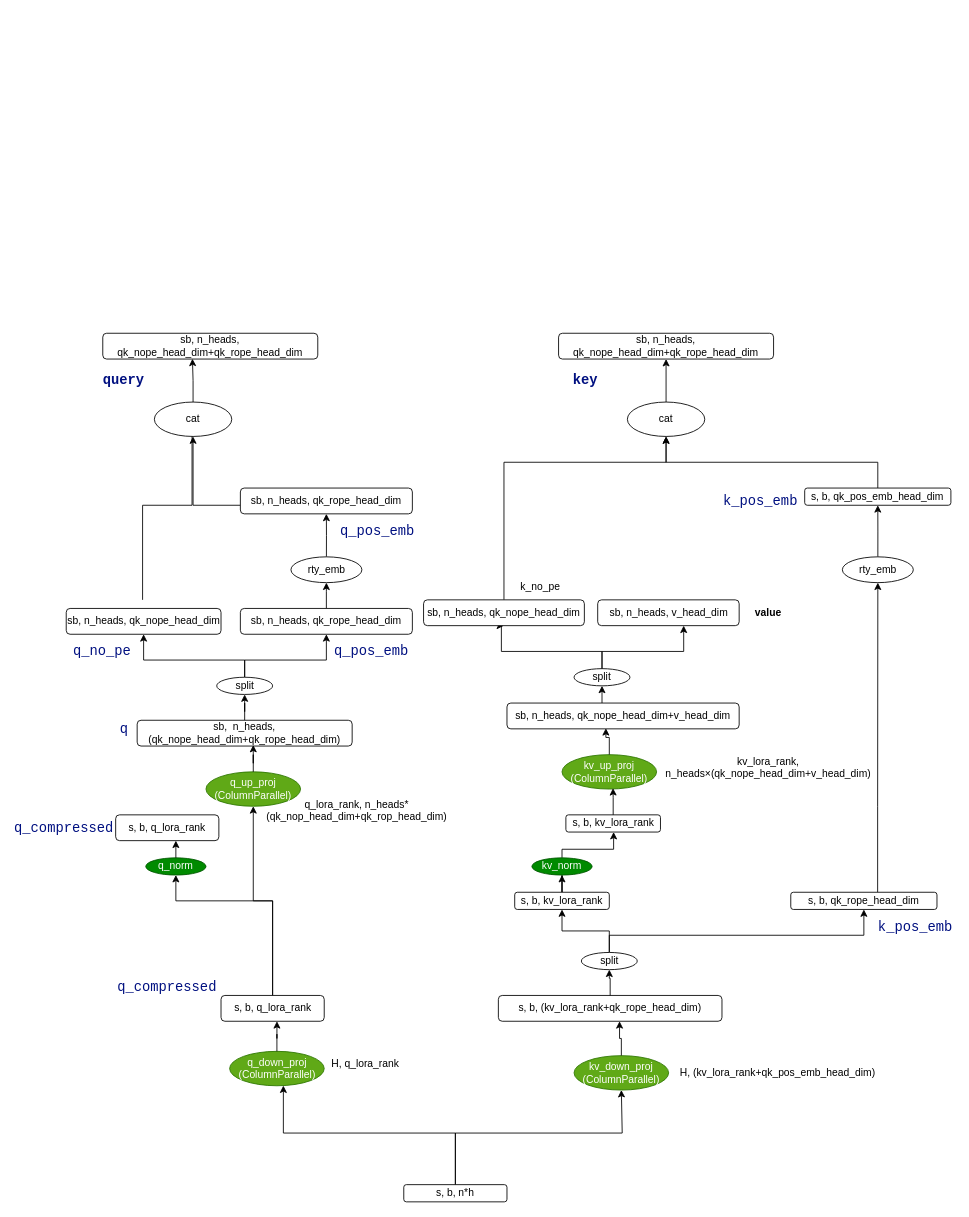
This is MLA.drawio from BillionsRichard/LearnDeepseek, a draw.io file, before an edit. Source tidied: cells renumbered, new cells numbered last; positions are measured from the earlier drawing's top-left corner, leaving out a move shared by most shapes. Both pictures are drawn from the tidied source at 86%, with x=0, y=0 at pixel (25, 333).
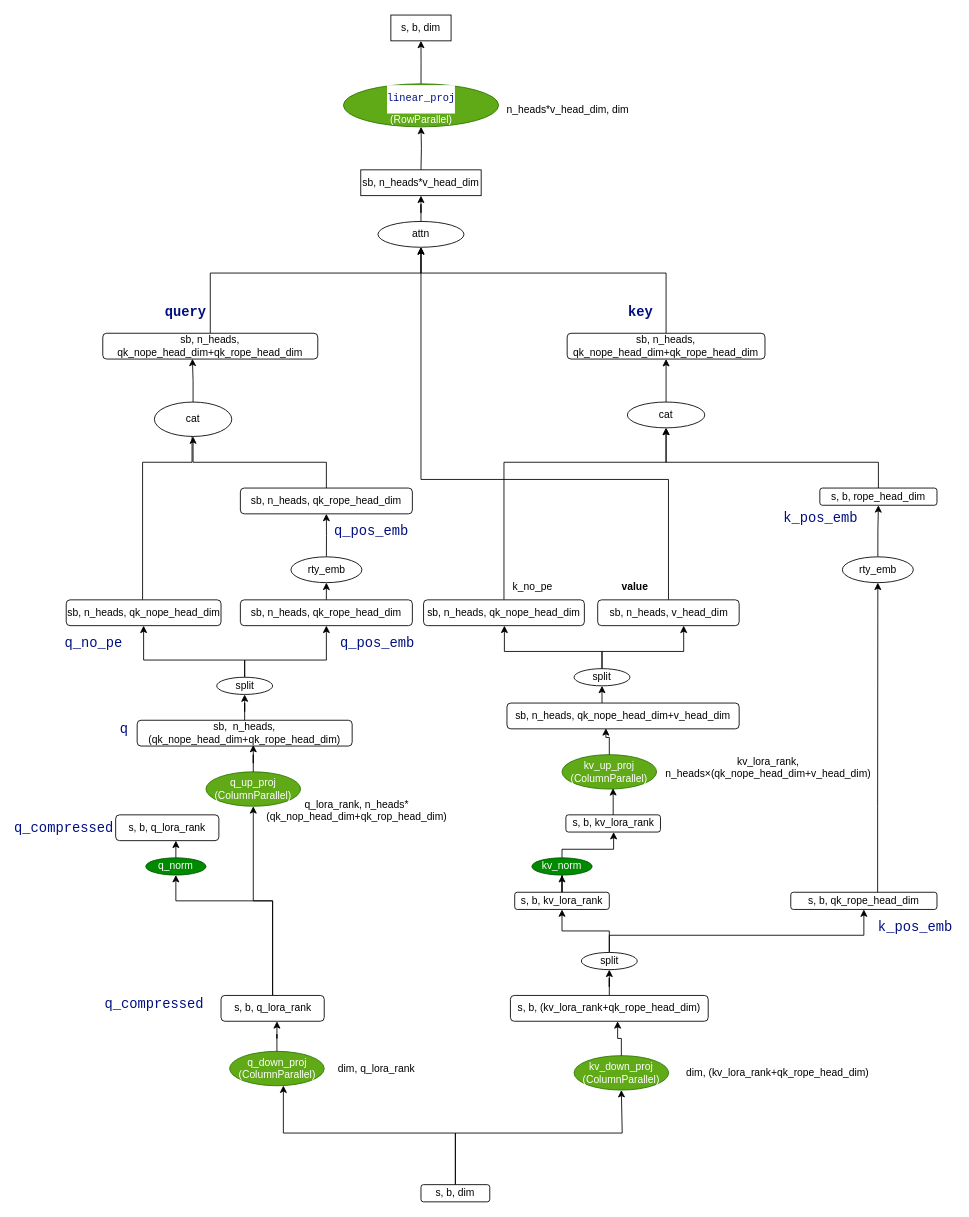
After the change.

Unchanged cells that the change refers to:
```xml
<mxCell id="53" value="split" style="ellipse;whiteSpace=wrap;html=1;" parent="1" vertex="1">
  <mxGeometry x="638" y="390" width="65" height="20" as="geometry" />
</mxCell>
<mxCell id="55" value="sb, n_heads, qk_nope_head_dim" style="rounded=1;whiteSpace=wrap;html=1;" parent="1" vertex="1">
  <mxGeometry x="463" y="310" width="187" height="30" as="geometry" />
</mxCell>
<mxCell id="56" value="sb, n_heads, v_head_dim" style="rounded=1;whiteSpace=wrap;html=1;" parent="1" vertex="1">
  <mxGeometry x="665.5" y="310" width="164.5" height="30" as="geometry" />
</mxCell>
<mxCell id="64" value="sb, n_heads, qk_rope_head_dim" style="rounded=1;whiteSpace=wrap;html=1;" parent="1" vertex="1">
  <mxGeometry x="250" y="180" width="200" height="30" as="geometry" />
</mxCell>
<mxCell id="71" value="cat" style="ellipse;whiteSpace=wrap;html=1;" parent="1" vertex="1">
  <mxGeometry x="150" y="80" width="90" height="40" as="geometry" />
</mxCell>
<mxCell id="72" value="sb, n_heads, qk_nope_head_dim+qk_rope_head_dim" style="rounded=1;whiteSpace=wrap;html=1;" parent="1" vertex="1">
  <mxGeometry x="90" width="250" height="30" as="geometry" />
</mxCell>
```

What changed in the source:
```diff
@@
-    <mxCell id="5" value="s, b, n*h" style="rounded=1;whiteSpace=wrap;html=1;" parent="1" vertex="1">
-      <mxGeometry x="440" y="990" width="120" height="20" as="geometry" />
+    <mxCell id="5" value="s, b, dim" style="rounded=1;whiteSpace=wrap;html=1;" parent="1" vertex="1">
+      <mxGeometry x="460" y="990" width="80" height="20" as="geometry" />
     </mxCell>
-    <mxCell id="6" value="H, q_lora_rank" style="text;html=1;align=center;verticalAlign=middle;whiteSpace=wrap;rounded=0;" parent="1" vertex="1">
-      <mxGeometry x="348" y="840" width="95" height="20" as="geometry" />
+    <mxCell id="6" value="dim, q_lora_rank" style="text;html=1;align=center;verticalAlign=middle;whiteSpace=wrap;rounded=0;" parent="1" vertex="1">
+      <mxGeometry x="360.5" y="845" width="95" height="20" as="geometry" />
     </mxCell>
@@
     <mxCell id="12" value="s, b, (kv_lora_rank+qk_rope_head_dim)" style="rounded=1;whiteSpace=wrap;html=1;" parent="1" vertex="1">
-      <mxGeometry x="550" y="770" width="260" height="30" as="geometry" />
+      <mxGeometry x="564" y="770" width="230" height="30" as="geometry" />
     </mxCell>
@@
-    <mxCell id="16" value="H,&amp;nbsp;(kv_lora_rank+qk_pos_emb_head_dim)" style="text;html=1;align=center;verticalAlign=middle;whiteSpace=wrap;rounded=0;" parent="1" vertex="1">
+    <mxCell id="16" value="dim,&amp;nbsp;(kv_lora_rank+qk_rope_head_dim)" style="text;html=1;align=center;verticalAlign=middle;whiteSpace=wrap;rounded=0;" parent="1" vertex="1">
       <mxGeometry x="760" y="850" width="230" height="20" as="geometry" />
     </mxCell>
@@
     <mxCell id="19" value="&lt;div style=&quot;background-color: rgb(255, 255, 255); font-family: Consolas, &amp;quot;Courier New&amp;quot;, monospace; font-size: 16px; line-height: 22px; white-space: pre;&quot;&gt;&lt;span style=&quot;color: #001080;&quot;&gt;q_compressed&lt;/span&gt;&lt;/div&gt;" style="text;html=1;align=center;verticalAlign=middle;whiteSpace=wrap;rounded=0;" parent="1" vertex="1">
-      <mxGeometry x="120" y="740" width="90" height="40" as="geometry" />
+      <mxGeometry x="105" y="760" width="90" height="40" as="geometry" />
     </mxCell>
@@
     <mxCell id="47" style="edgeStyle=orthogonalEdgeStyle;rounded=0;orthogonalLoop=1;jettySize=auto;html=1;" parent="1" edge="1">
       <mxGeometry relative="1" as="geometry">
         <mxPoint x="136.3" y="310" as="sourcePoint" />
         <mxPoint x="193.8" y="110" as="targetPoint" />
         <Array as="points">
-          <mxPoint x="136" y="200" />
-          <mxPoint x="194" y="200" />
+          <mxPoint x="136" y="150" />
+          <mxPoint x="194" y="150" />
         </Array>
       </mxGeometry>
     </mxCell>
     <mxCell id="48" value="sb, n_heads, qk_nope_head_dim" style="rounded=1;whiteSpace=wrap;html=1;" parent="1" vertex="1">
-      <mxGeometry x="47.5" y="320" width="180" height="30" as="geometry" />
+      <mxGeometry x="47.5" y="310" width="180" height="30" as="geometry" />
     </mxCell>
@@
     <mxCell id="50" value="sb, n_heads, qk_rope_head_dim" style="rounded=1;whiteSpace=wrap;html=1;" parent="1" vertex="1">
-      <mxGeometry x="250" y="320" width="200" height="30" as="geometry" />
+      <mxGeometry x="250" y="310" width="200" height="30" as="geometry" />
     </mxCell>
+    <mxCell id="52" style="edgeStyle=orthogonalEdgeStyle;rounded=0;jettySize=auto;html=1;" parent="1" edge="1" source="53" target="56">
+      <mxGeometry relative="1" as="geometry">
+        <Array as="points">
+          <mxPoint x="670.5" y="370" />
+          <mxPoint x="765.5" y="370" />
+        </Array>
+      </mxGeometry>
+    </mxCell>
-    <mxCell id="51" style="edgeStyle=orthogonalEdgeStyle;rounded=0;jettySize=auto;html=1;entryX=0.5;entryY=1;entryDx=0;entryDy=0;" parent="1" edge="1" source="53" target="55">
+    <mxCell id="51" style="edgeStyle=orthogonalEdgeStyle;rounded=0;jettySize=auto;html=1;" parent="1" edge="1" source="53" target="55">
       <mxGeometry relative="1" as="geometry">
         <Array as="points">
-          <mxPoint x="670.5" y="370" />
-          <mxPoint x="553.5" y="370" />
+          <mxPoint x="671" y="370" />
+          <mxPoint x="557" y="370" />
         </Array>
       </mxGeometry>
     </mxCell>
-    <mxCell id="52" style="edgeStyle=orthogonalEdgeStyle;rounded=0;jettySize=auto;html=1;" parent="1" edge="1" source="53" target="56">
-      <mxGeometry relative="1" as="geometry">
-        <Array as="points">
-          <mxPoint x="670.5" y="370" />
-          <mxPoint x="765.5" y="370" />
-        </Array>
-      </mxGeometry>
-    </mxCell>
@@
+    <mxCell id="79" style="edgeStyle=orthogonalEdgeStyle;rounded=0;jettySize=auto;html=1;entryX=0.5;entryY=1;entryDx=0;entryDy=0;" parent="1" edge="1" source="56" target="84">
+      <mxGeometry relative="1" as="geometry">
+        <Array as="points">
+          <mxPoint x="748" y="170" />
+          <mxPoint x="460" y="170" />
+        </Array>
+      </mxGeometry>
+    </mxCell>
@@
     <mxCell id="57" value="k_no_pe" style="text;html=1;align=center;verticalAlign=middle;whiteSpace=wrap;rounded=0;" parent="1" vertex="1">
-      <mxGeometry x="568.5" y="280" width="60" height="30" as="geometry" />
+      <mxGeometry x="560" y="280" width="60" height="30" as="geometry" />
     </mxCell>
     <mxCell id="58" value="value" style="text;html=1;align=center;verticalAlign=middle;whiteSpace=wrap;rounded=0;fontStyle=1;" parent="1" vertex="1">
-      <mxGeometry x="833.5" y="310" width="60" height="30" as="geometry" />
+      <mxGeometry x="679" y="280" width="60" height="30" as="geometry" />
     </mxCell>
     <mxCell id="59" value="&lt;div style=&quot;background-color: rgb(255, 255, 255); font-family: Consolas, &amp;quot;Courier New&amp;quot;, monospace; font-size: 16px; line-height: 22px; white-space: pre;&quot;&gt;&lt;span style=&quot;color: rgb(0, 16, 128);&quot;&gt;q_no_pe&lt;/span&gt;&lt;/div&gt;" style="text;html=1;align=center;verticalAlign=middle;whiteSpace=wrap;rounded=0;" parent="1" vertex="1">
-      <mxGeometry x="47.5" y="350" width="82.5" height="40" as="geometry" />
+      <mxGeometry x="37.5" y="340" width="82.5" height="40" as="geometry" />
     </mxCell>
     <mxCell id="60" value="&lt;div style=&quot;background-color: rgb(255, 255, 255); font-family: Consolas, &amp;quot;Courier New&amp;quot;, monospace; font-size: 16px; line-height: 22px; white-space: pre;&quot;&gt;&lt;span style=&quot;color: rgb(0, 16, 128);&quot;&gt;q_pos_emb&lt;/span&gt;&lt;/div&gt;" style="text;html=1;align=center;verticalAlign=middle;whiteSpace=wrap;rounded=0;" parent="1" vertex="1">
-      <mxGeometry x="360.5" y="350" width="82.5" height="40" as="geometry" />
+      <mxGeometry x="367.5" y="340" width="82.5" height="40" as="geometry" />
     </mxCell>
@@
     <mxCell id="63" style="edgeStyle=orthogonalEdgeStyle;rounded=0;jettySize=auto;html=1;entryX=0.5;entryY=1;entryDx=0;entryDy=0;" parent="1" edge="1" source="64" target="71">
       <mxGeometry relative="1" as="geometry">
         <Array as="points">
-          <mxPoint x="195" y="200" />
+          <mxPoint x="350" y="150" />
+          <mxPoint x="195" y="150" />
         </Array>
       </mxGeometry>
     </mxCell>
@@
     <mxCell id="65" value="&lt;div style=&quot;background-color: rgb(255, 255, 255); font-family: Consolas, &amp;quot;Courier New&amp;quot;, monospace; font-size: 16px; line-height: 22px; white-space: pre;&quot;&gt;&lt;span style=&quot;color: rgb(0, 16, 128);&quot;&gt;q_pos_emb&lt;/span&gt;&lt;/div&gt;" style="text;html=1;align=center;verticalAlign=middle;whiteSpace=wrap;rounded=0;" parent="1" vertex="1">
-      <mxGeometry x="367.5" y="210" width="82.5" height="40" as="geometry" />
+      <mxGeometry x="360.5" y="210" width="82.5" height="40" as="geometry" />
     </mxCell>
@@
-    <mxCell id="69" value="s, b, qk_pos_emb_head_dim" style="rounded=1;whiteSpace=wrap;html=1;" parent="1" vertex="1">
-      <mxGeometry x="906.2" y="180" width="170" height="20" as="geometry" />
+    <mxCell id="69" value="s, b, rope_head_dim" style="rounded=1;whiteSpace=wrap;html=1;" parent="1" vertex="1">
+      <mxGeometry x="923.8" y="180" width="136.2" height="20" as="geometry" />
     </mxCell>
     <mxCell id="70" value="&lt;div style=&quot;background-color: rgb(255, 255, 255); font-family: Consolas, &amp;quot;Courier New&amp;quot;, monospace; font-size: 16px; line-height: 22px; white-space: pre;&quot;&gt;&lt;div style=&quot;line-height: 22px;&quot;&gt;&lt;span style=&quot;color: #001080;&quot;&gt;k_pos_emb&lt;/span&gt;&lt;/div&gt;&lt;/div&gt;" style="text;html=1;align=center;verticalAlign=middle;whiteSpace=wrap;rounded=0;" parent="1" vertex="1">
-      <mxGeometry x="810" y="180" width="90" height="30" as="geometry" />
+      <mxGeometry x="880" y="200" width="90" height="30" as="geometry" />
     </mxCell>
@@
+    <mxCell id="80" style="edgeStyle=orthogonalEdgeStyle;rounded=0;jettySize=auto;html=1;" parent="1" edge="1" source="72" target="84">
+      <mxGeometry relative="1" as="geometry">
+        <Array as="points">
+          <mxPoint x="215" y="-70" />
+          <mxPoint x="460" y="-70" />
+        </Array>
+      </mxGeometry>
+    </mxCell>
@@
     <mxCell id="74" value="&lt;div style=&quot;background-color: rgb(255, 255, 255); font-family: Consolas, &amp;quot;Courier New&amp;quot;, monospace; font-size: 16px; line-height: 22px; white-space: pre;&quot;&gt;&lt;span style=&quot;color: rgb(0, 16, 128);&quot;&gt;&lt;b&gt;query&lt;/b&gt;&lt;/span&gt;&lt;/div&gt;" style="text;html=1;align=center;verticalAlign=middle;whiteSpace=wrap;rounded=0;" parent="1" vertex="1">
-      <mxGeometry x="77.5" y="40" width="72.5" height="30" as="geometry" />
+      <mxGeometry x="150" y="-40" width="72.5" height="30" as="geometry" />
     </mxCell>
@@
     <mxCell id="76" value="cat" style="ellipse;whiteSpace=wrap;html=1;" parent="1" vertex="1">
-      <mxGeometry x="700" y="80" width="90" height="40" as="geometry" />
+      <mxGeometry x="700" y="80" width="90" height="30" as="geometry" />
     </mxCell>
+    <mxCell id="81" style="edgeStyle=orthogonalEdgeStyle;rounded=0;jettySize=auto;html=1;entryX=0.5;entryY=1;entryDx=0;entryDy=0;" parent="1" edge="1" source="77" target="84">
+      <mxGeometry relative="1" as="geometry">
+        <Array as="points">
+          <mxPoint x="745" y="-70" />
+          <mxPoint x="460" y="-70" />
+        </Array>
+      </mxGeometry>
+    </mxCell>
     <mxCell id="77" value="sb, n_heads, qk_nope_head_dim+qk_rope_head_dim" style="rounded=1;whiteSpace=wrap;html=1;" parent="1" vertex="1">
-      <mxGeometry x="620" width="250" height="30" as="geometry" />
+      <mxGeometry x="630" width="230" height="30" as="geometry" />
     </mxCell>
     <mxCell id="78" value="&lt;div style=&quot;background-color: rgb(255, 255, 255); font-family: Consolas, &amp;quot;Courier New&amp;quot;, monospace; font-size: 16px; line-height: 22px; white-space: pre;&quot;&gt;&lt;span style=&quot;color: rgb(0, 16, 128);&quot;&gt;&lt;b&gt;key&lt;/b&gt;&lt;/span&gt;&lt;/div&gt;" style="text;html=1;align=center;verticalAlign=middle;whiteSpace=wrap;rounded=0;" parent="1" vertex="1">
-      <mxGeometry x="615" y="40" width="72.5" height="30" as="geometry" />
+      <mxGeometry x="679" y="-40" width="72.5" height="30" as="geometry" />
     </mxCell>
+    <mxCell id="82" style="edgeStyle=orthogonalEdgeStyle;rounded=0;jettySize=auto;html=1;entryX=0.5;entryY=1;entryDx=0;entryDy=0;" parent="1" edge="1" target="86">
+      <mxGeometry relative="1" as="geometry">
+        <mxPoint x="460" y="-190" as="sourcePoint" />
+      </mxGeometry>
+    </mxCell>
+    <mxCell id="83" style="edgeStyle=orthogonalEdgeStyle;rounded=0;jettySize=auto;html=1;" parent="1" edge="1" source="84" target="88">
+      <mxGeometry relative="1" as="geometry" />
+    </mxCell>
+    <mxCell id="84" value="attn" style="ellipse;whiteSpace=wrap;html=1;" parent="1" vertex="1">
+      <mxGeometry x="410" y="-130" width="100" height="30" as="geometry" />
+    </mxCell>
+    <mxCell id="85" style="edgeStyle=orthogonalEdgeStyle;rounded=0;jettySize=auto;html=1;entryX=0.5;entryY=1;entryDx=0;entryDy=0;" parent="1" edge="1" source="86" target="89">
+      <mxGeometry relative="1" as="geometry" />
+    </mxCell>
+    <mxCell id="86" value="&lt;div style=&quot;color: rgb(0, 0, 0); background-color: rgb(255, 255, 255); font-family: Consolas, &amp;quot;Courier New&amp;quot;, monospace; line-height: 33px; white-space: pre;&quot;&gt;&lt;span style=&quot;color: rgb(0, 16, 128);&quot;&gt;&lt;font&gt;linear_proj&lt;/font&gt;&lt;/span&gt;&lt;/div&gt;&lt;div&gt;&lt;font&gt;(RowParallel)&lt;/font&gt;&lt;/div&gt;" style="ellipse;whiteSpace=wrap;html=1;fillColor=#60a917;fontColor=#ffffff;strokeColor=#2D7600;" parent="1" vertex="1">
+      <mxGeometry x="369.8" y="-290" width="180.5" height="50" as="geometry" />
+    </mxCell>
+    <mxCell id="87" value="&lt;span style=&quot;background-color: transparent; color: light-dark(rgb(0, 0, 0), rgb(255, 255, 255));&quot;&gt;n_heads*v_head_dim, dim&lt;/span&gt;" style="text;html=1;align=center;verticalAlign=middle;whiteSpace=wrap;rounded=0;" parent="1" vertex="1">
+      <mxGeometry x="550.2" y="-290" width="161.5" height="60" as="geometry" />
+    </mxCell>
+    <mxCell id="88" value="sb, n_heads*v_head_dim" style="rounded=0;whiteSpace=wrap;html=1;" parent="1" vertex="1">
+      <mxGeometry x="390" y="-190" width="140" height="30" as="geometry" />
+    </mxCell>
+    <mxCell id="89" value="s, b, dim" style="rounded=0;whiteSpace=wrap;html=1;" parent="1" vertex="1">
+      <mxGeometry x="425" y="-370" width="70" height="30" as="geometry" />
+    </mxCell>
```
